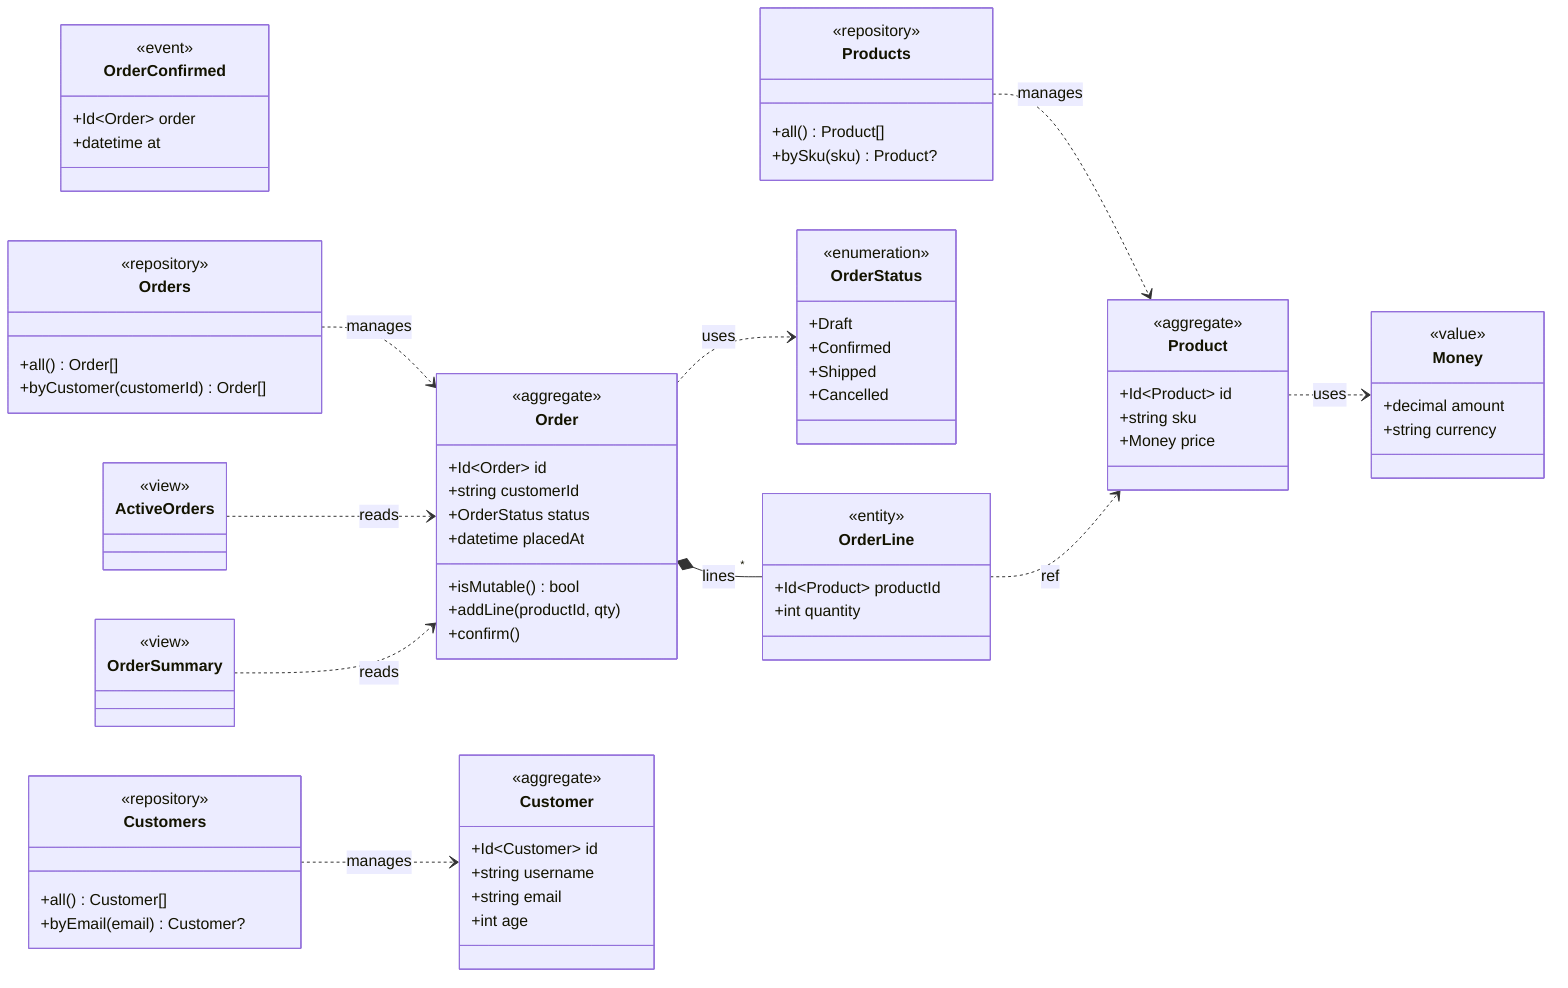
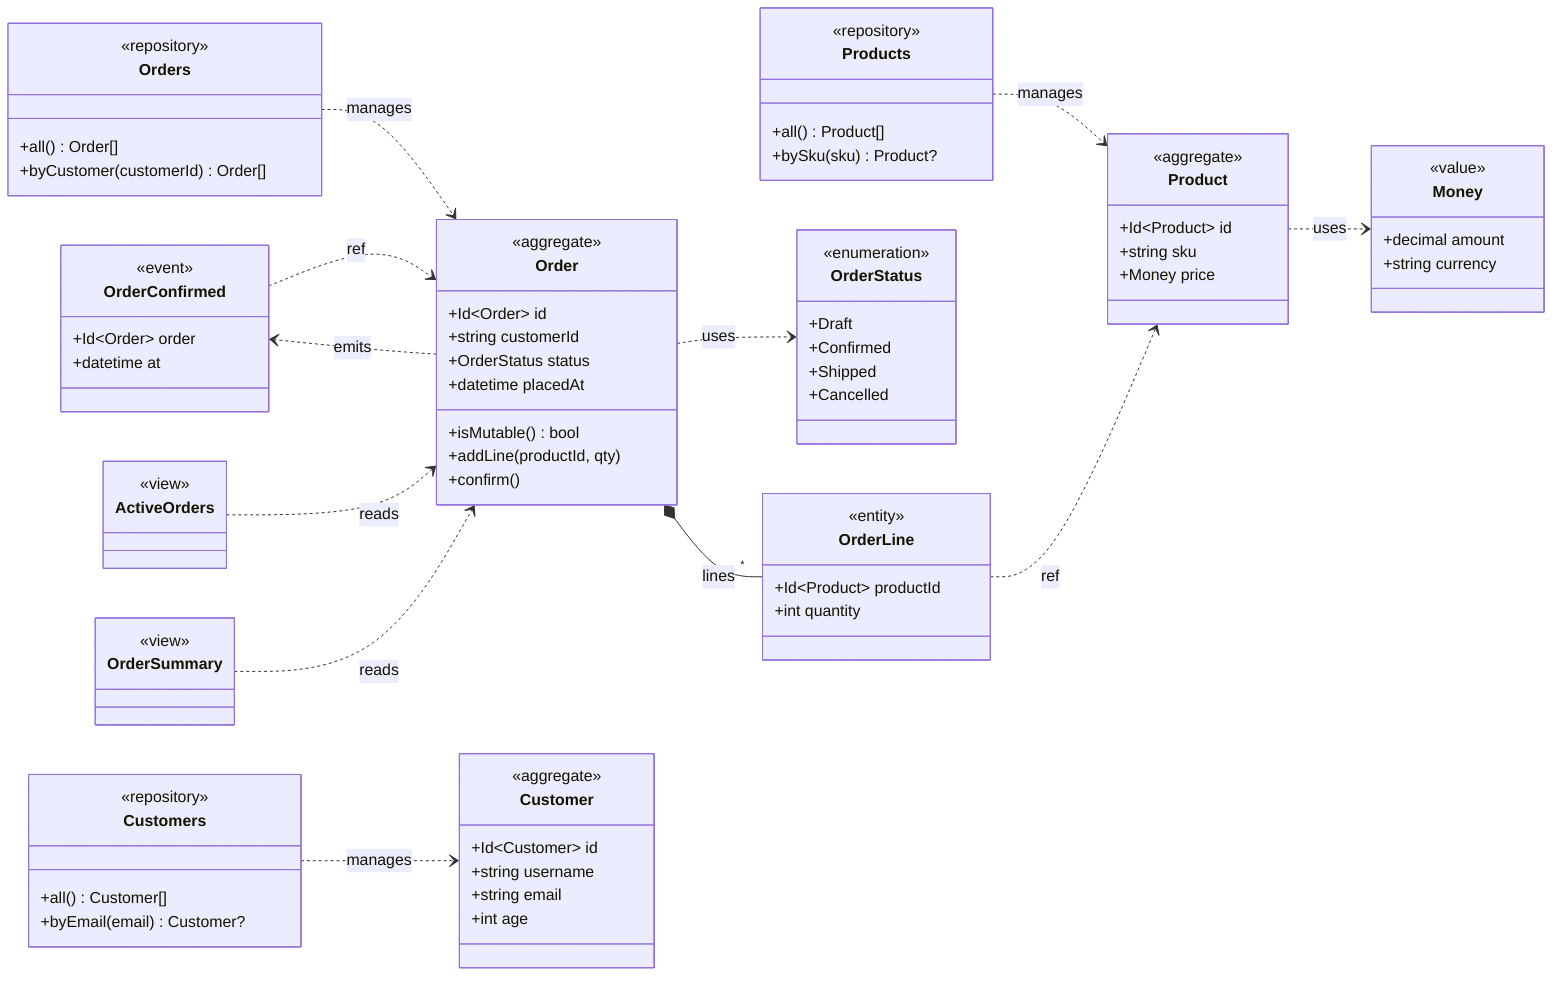
%% Loom domain diagram — generated from the IR, do not edit by hand.
%% System: Acme
classDiagram
  direction LR
  %% Catalog / Products
  class Money {
    <<value>>
    +decimal amount
    +string currency
  }
  class Product {
    <<aggregate>>
    +Id~Product~ id
    +string sku
    +Money price
  }
  class Products {
    <<repository>>
    +all() Product[]
    +bySku(sku) Product?
  }
  %% Sales / Orders
  class OrderStatus {
    <<enumeration>>
    +Draft
    +Confirmed
    +Shipped
    +Cancelled
  }
  class OrderConfirmed {
    <<event>>
    +Id~Order~ order
    +datetime at
  }
  class Order {
    <<aggregate>>
    +Id~Order~ id
    +string customerId
    +OrderStatus status
    +datetime placedAt
    +isMutable() bool
    +addLine(productId, qty)
    +confirm()
  }
  class OrderLine {
    <<entity>>
    +Id~Product~ productId
    +int quantity
  }
  class Orders {
    <<repository>>
    +all() Order[]
    +byCustomer(customerId) Order[]
  }
  class ActiveOrders {
    <<view>>
  }
  class OrderSummary {
    <<view>>
  }
  %% CustomerMgmt / Customers
  class Customer {
    <<aggregate>>
    +Id~Customer~ id
    +string username
    +string email
    +int age
  }
  class Customers {
    <<repository>>
    +all() Customer[]
    +byEmail(email) Customer?
  }
  Product ..> Money : uses
  Products ..> Product : manages
+   OrderConfirmed ..> Order : ref
  Order ..> OrderStatus : uses
  Order *-- "*" OrderLine : lines
+   Order ..> OrderConfirmed : emits
  OrderLine ..> Product : ref
  Orders ..> Order : manages
  ActiveOrders ..> Order : reads
  OrderSummary ..> Order : reads
  Customers ..> Customer : manages
